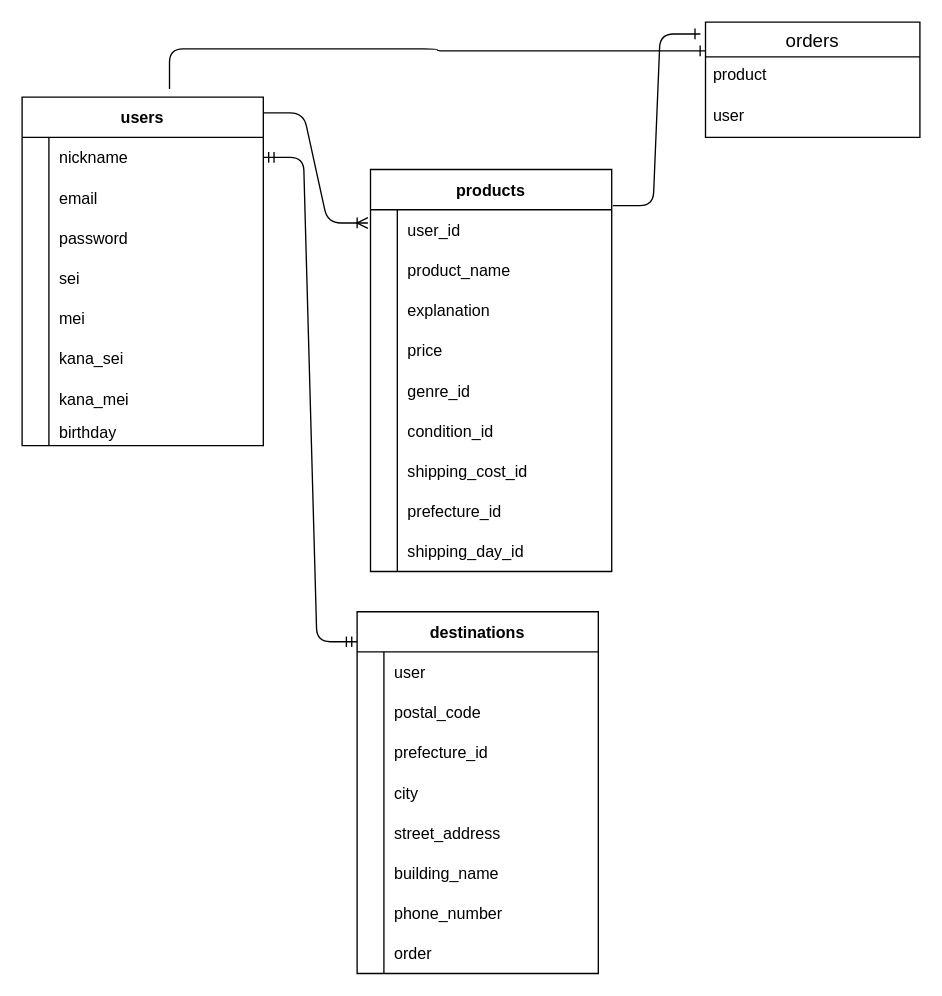
This is furima.dio from hanacat299/furima-40354, a draw.io file, before an edit. Source tidied: cells renumbered, new cells numbered last; positions are measured from the earlier drawing's top-left corner, leaving out a move shared by most shapes. Both pictures are drawn from the tidied source at 134%, with x=0, y=0 at pixel (21, 21).
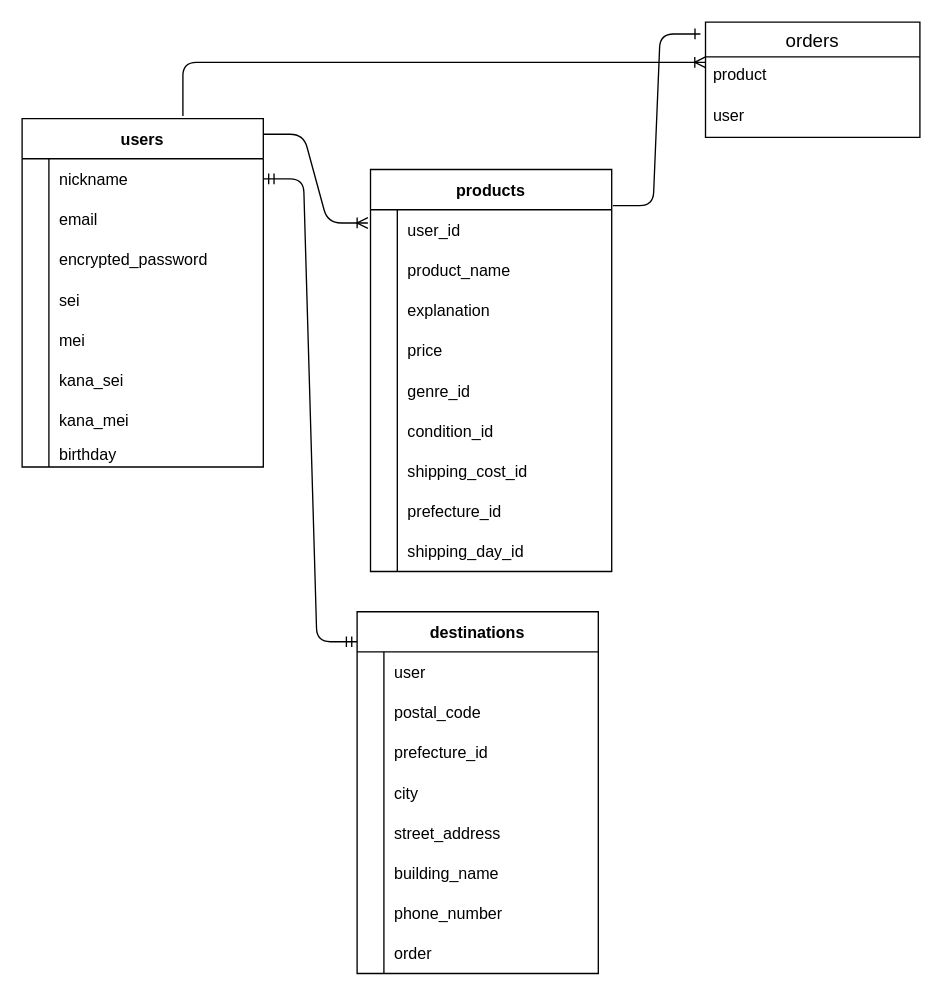
Above is the later version.

Commit message (it also covers changes not shown here):
DB設計の修正：４回目

The change refers to these unchanged cells:
```xml
<mxCell id="9" style="shape=tableRow;horizontal=0;startSize=0;swimlaneHead=0;swimlaneBody=0;fillColor=none;top=0;left=0;right=0;bottom=0;" parent="2" vertex="1">
  <mxGeometry y="90" width="180" height="30" as="geometry" />
</mxCell>
<mxCell id="82" value="orders" style="swimlane;fontStyle=0;horizontal=1;startSize=26;align=center;fontSize=14;" parent="1" vertex="1">
  <mxGeometry x="510" width="160" height="86" as="geometry" />
</mxCell>
<mxCell id="83" value="product" style="text;strokeColor=none;fillColor=none;spacingLeft=4;spacingRight=4;overflow=hidden;points=[[0,0.5],[1,0.5]];portConstraint=eastwest;fontSize=12;" parent="82" vertex="1">
  <mxGeometry y="26" width="160" height="30" as="geometry" />
</mxCell>
```

Diff of the diagram source:
```diff
@@
     <mxCell id="2" value="users" style="shape=table;startSize=30;childLayout=tableLayout;rowLines=0;fontStyle=1;align=center;" parent="1" vertex="1">
-      <mxGeometry y="56" width="180" height="260" as="geometry" />
+      <mxGeometry y="72" width="180" height="260" as="geometry" />
     </mxCell>
@@
-    <mxCell id="11" value="password" style="shape=partialRectangle;fillColor=none;top=0;left=0;bottom=0;right=0;align=left;spacingLeft=6;overflow=hidden;" parent="9" vertex="1">
+    <mxCell id="11" value="encrypted_password" style="shape=partialRectangle;fillColor=none;top=0;left=0;bottom=0;right=0;align=left;spacingLeft=6;overflow=hidden;" parent="9" vertex="1">
       <mxGeometry x="20" width="160" height="30" as="geometry" />
     </mxCell>
@@
-    <mxCell id="86" style="fontSize=12;html=1;endArrow=ERone;endFill=1;entryX=0;entryY=0.25;entryDx=0;entryDy=0;edgeStyle=orthogonalEdgeStyle;" parent="1" edge="1" target="82">
-      <mxGeometry relative="1" as="geometry">
-        <mxPoint x="110" y="50" as="sourcePoint" />
-        <Array as="points">
-          <mxPoint x="110" y="20" />
-          <mxPoint x="310" y="20" />
-          <mxPoint x="310" y="22" />
-        </Array>
-      </mxGeometry>
-    </mxCell>
+    <mxCell id="87" style="edgeStyle=orthogonalEdgeStyle;fontSize=12;html=1;endArrow=ERoneToMany;entryX=0;entryY=0.133;entryDx=0;entryDy=0;entryPerimeter=0;" parent="1" edge="1" target="83">
+      <mxGeometry relative="1" as="geometry">
+        <mxPoint x="120" y="70" as="sourcePoint" />
+        <Array as="points">
+          <mxPoint x="120" y="30" />
+        </Array>
+      </mxGeometry>
+    </mxCell>
```
